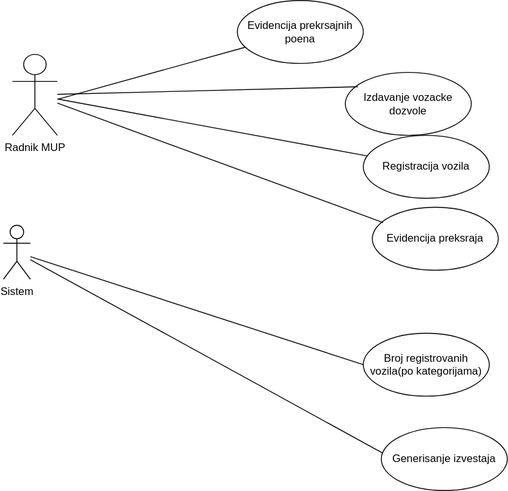
The draw.io diagram Diagrams/MupVozila_UseCaseDiagram.svg in anna02272/EGovernment, before a commit. Source tidied: cells renumbered, new cells last; positions are measured from the earlier drawing's top-left corner, leaving out a move shared by most shapes.
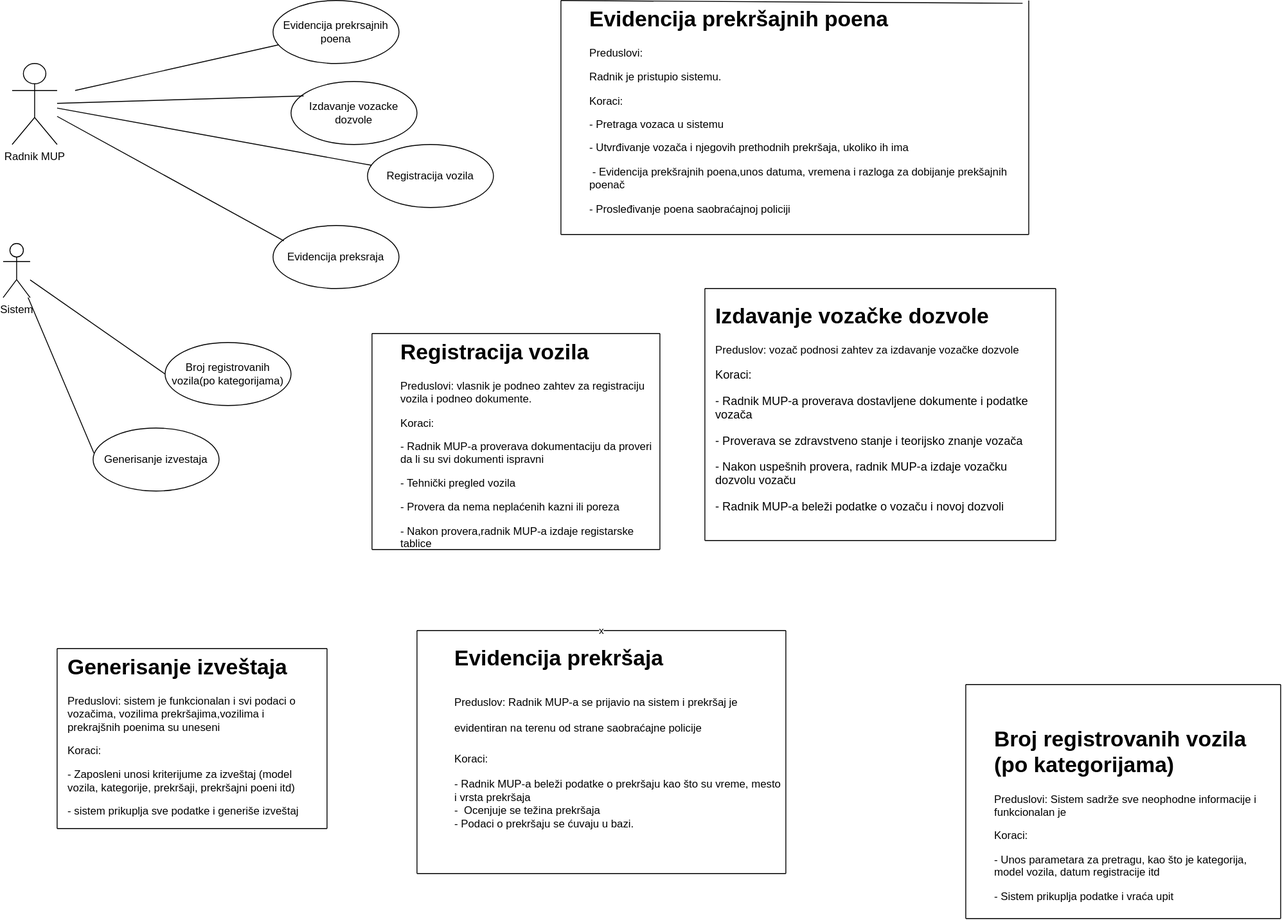
After the commit.

Change to the diagram source:
```diff
@@ -3,42 +3,42 @@
     <mxCell id="0" />
     <mxCell id="1" parent="0" />
     <mxCell id="2" value="Radnik MUP" style="shape=umlActor;verticalLabelPosition=bottom;verticalAlign=top;html=1;outlineConnect=0;" parent="1" vertex="1">
-      <mxGeometry x="10" y="60" width="50" height="90" as="geometry" />
+      <mxGeometry x="-170" y="70" width="50" height="90" as="geometry" />
     </mxCell>
     <mxCell id="3" style="endArrow=none;html=1;rounded=0;" parent="1" edge="1" target="4">
       <mxGeometry relative="1" as="geometry">
-        <mxPoint x="60" y="110" as="sourcePoint" />
+        <mxPoint x="-100" y="100" as="sourcePoint" />
       </mxGeometry>
     </mxCell>
     <mxCell id="4" value="Evidencija prekrsajnih poena" style="ellipse;whiteSpace=wrap;html=1;" parent="1" vertex="1">
-      <mxGeometry x="260" width="140" height="70" as="geometry" />
+      <mxGeometry x="120" width="140" height="70" as="geometry" />
     </mxCell>
     <mxCell id="5" value="Registracija vozila" style="ellipse;whiteSpace=wrap;html=1;" parent="1" vertex="1">
-      <mxGeometry x="400" y="150" width="140" height="70" as="geometry" />
+      <mxGeometry x="225" y="160" width="140" height="70" as="geometry" />
     </mxCell>
     <mxCell id="6" style="endArrow=none;html=1;rounded=0;" parent="1" edge="1" source="2" target="5">
       <mxGeometry relative="1" as="geometry" />
     </mxCell>
     <mxCell id="7" value="Izdavanje vozacke dozvole" style="ellipse;whiteSpace=wrap;html=1;" parent="1" vertex="1">
-      <mxGeometry x="380" y="80" width="140" height="70" as="geometry" />
+      <mxGeometry x="140" y="90" width="140" height="70" as="geometry" />
     </mxCell>
     <mxCell id="8" style="endArrow=none;html=1;rounded=0;entryX=0.1;entryY=0.229;entryDx=0;entryDy=0;entryPerimeter=0;" parent="1" edge="1" source="2" target="7">
       <mxGeometry relative="1" as="geometry" />
     </mxCell>
     <mxCell id="9" value="Evidencija preksraja" style="ellipse;whiteSpace=wrap;html=1;" parent="1" vertex="1">
-      <mxGeometry x="410" y="230" width="140" height="70" as="geometry" />
+      <mxGeometry x="120" y="250" width="140" height="70" as="geometry" />
     </mxCell>
     <mxCell id="10" style="endArrow=none;html=1;rounded=0;exitX=0.086;exitY=0.243;exitDx=0;exitDy=0;exitPerimeter=0;" parent="1" edge="1" source="9" target="2">
       <mxGeometry relative="1" as="geometry" />
     </mxCell>
     <mxCell id="11" value="Sistem" style="shape=umlActor;verticalLabelPosition=bottom;verticalAlign=top;html=1;" parent="1" vertex="1">
-      <mxGeometry y="250" width="30" height="60" as="geometry" />
+      <mxGeometry x="-180" y="270" width="30" height="60" as="geometry" />
     </mxCell>
     <mxCell id="12" value="Broj registrovanih vozila(po kategorijama)" style="ellipse;whiteSpace=wrap;html=1;" parent="1" vertex="1">
-      <mxGeometry x="400" y="370" width="140" height="70" as="geometry" />
+      <mxGeometry y="380" width="140" height="70" as="geometry" />
     </mxCell>
     <mxCell id="13" value="Generisanje izvestaja" style="ellipse;whiteSpace=wrap;html=1;" parent="1" vertex="1">
-      <mxGeometry x="420" y="475" width="140" height="70" as="geometry" />
+      <mxGeometry x="-80" y="475" width="140" height="70" as="geometry" />
     </mxCell>
     <mxCell id="14" style="endArrow=none;html=1;rounded=0;entryX=0.007;entryY=0.4;entryDx=0;entryDy=0;entryPerimeter=0;" parent="1" edge="1" source="11" target="13">
       <mxGeometry relative="1" as="geometry" />
@@ -46,5 +46,159 @@
     <mxCell id="15" style="endArrow=none;html=1;rounded=0;entryX=0;entryY=0.5;entryDx=0;entryDy=0;" parent="1" edge="1" source="11" target="12">
       <mxGeometry relative="1" as="geometry" />
     </mxCell>
+    <mxCell id="16" value="&lt;h1 style=&quot;margin-top: 0px;&quot;&gt;Evidencija prekršajnih poena&amp;nbsp;&lt;/h1&gt;&lt;p&gt;Preduslovi:&lt;/p&gt;&lt;p&gt;Radnik je pristupio sistemu.&lt;/p&gt;&lt;p&gt;Koraci:&lt;/p&gt;&lt;p&gt;- Pretraga vozaca u sistemu&lt;/p&gt;&lt;p&gt;- Utvrđivanje vozača i njegovih prethodnih prekršaja, ukoliko ih ima&lt;/p&gt;&lt;p&gt;&amp;nbsp;- Evidencija prekšrajnih poena,unos datuma, vremena i razloga za dobijanje prekšajnih poenač&lt;/p&gt;&lt;p&gt;- Prosleđivanje poena saobraćajnoj policiji&amp;nbsp;&lt;/p&gt;&lt;p&gt;&lt;br&gt;&lt;/p&gt;" style="text;html=1;whiteSpace=wrap;overflow=hidden;rounded=0;" parent="1" vertex="1">
+      <mxGeometry x="470" width="490" height="260" as="geometry" />
+    </mxCell>
+    <mxCell id="17" style="endArrow=none;html=1;rounded=0;exitX=1;exitY=0;exitDx=0;exitDy=0;entryX=1;entryY=1;entryDx=0;entryDy=0;" parent="1" edge="1" source="16" target="16">
+      <mxGeometry relative="1" as="geometry" />
+    </mxCell>
+    <mxCell id="18" style="endArrow=none;html=1;rounded=0;entryX=1;entryY=1;entryDx=0;entryDy=0;" parent="1" edge="1" target="16">
+      <mxGeometry relative="1" as="geometry">
+        <mxPoint x="440" y="260" as="sourcePoint" />
+      </mxGeometry>
+    </mxCell>
+    <mxCell id="19" style="endArrow=none;html=1;rounded=0;" parent="1" edge="1">
+      <mxGeometry relative="1" as="geometry">
+        <mxPoint x="440" as="sourcePoint" />
+        <mxPoint x="440" y="260" as="targetPoint" />
+      </mxGeometry>
+    </mxCell>
+    <mxCell id="20" style="endArrow=none;html=1;rounded=0;exitX=0.986;exitY=0.012;exitDx=0;exitDy=0;exitPerimeter=0;" parent="1" edge="1" source="16">
+      <mxGeometry relative="1" as="geometry">
+        <mxPoint x="440" as="targetPoint" />
+      </mxGeometry>
+    </mxCell>
+    <mxCell id="21" value="&lt;h1 style=&quot;margin-top: 0px;&quot;&gt;Izdavanje vozačke dozvole&lt;/h1&gt;&lt;p&gt;Preduslov: vozač podnosi zahtev za izdavanje vozačke dozvole&lt;/p&gt;&lt;p style=&quot;font-size: 13px;&quot;&gt;Koraci:&lt;/p&gt;&lt;p style=&quot;font-size: 13px;&quot;&gt;- Radnik MUP-a proverava dostavljene dokumente i podatke vozača&lt;/p&gt;&lt;p style=&quot;font-size: 13px;&quot;&gt;- Proverava se zdravstveno stanje i teorijsko znanje vozača&lt;/p&gt;&lt;p style=&quot;font-size: 13px;&quot;&gt;- Nakon uspešnih provera, radnik MUP-a izdaje vozačku dozvolu vozaču&lt;/p&gt;&lt;p style=&quot;font-size: 13px;&quot;&gt;- Radnik MUP-a beleži podatke o vozaču i novoj dozvoli&lt;/p&gt;" style="text;html=1;whiteSpace=wrap;overflow=hidden;rounded=0;" parent="1" vertex="1">
+      <mxGeometry x="610" y="330" width="370" height="250" as="geometry" />
+    </mxCell>
+    <mxCell id="22" style="endArrow=none;html=1;rounded=0;" parent="1" edge="1">
+      <mxGeometry relative="1" as="geometry">
+        <mxPoint x="990" y="600" as="sourcePoint" />
+        <mxPoint x="990" y="320" as="targetPoint" />
+      </mxGeometry>
+    </mxCell>
+    <mxCell id="23" style="endArrow=none;html=1;rounded=0;" parent="1" edge="1">
+      <mxGeometry relative="1" as="geometry">
+        <mxPoint x="600" y="600" as="sourcePoint" />
+        <mxPoint x="990" y="600" as="targetPoint" />
+      </mxGeometry>
+    </mxCell>
+    <mxCell id="24" style="endArrow=none;html=1;rounded=0;" parent="1" edge="1">
+      <mxGeometry relative="1" as="geometry">
+        <mxPoint x="600" y="600" as="sourcePoint" />
+        <mxPoint x="600" y="320" as="targetPoint" />
+      </mxGeometry>
+    </mxCell>
+    <mxCell id="25" style="endArrow=none;html=1;rounded=0;" parent="1" edge="1">
+      <mxGeometry relative="1" as="geometry">
+        <mxPoint x="600" y="320" as="sourcePoint" />
+        <mxPoint x="990" y="320" as="targetPoint" />
+      </mxGeometry>
+    </mxCell>
+    <mxCell id="26" value="&lt;h1 style=&quot;margin-top: 0px;&quot;&gt;Registracija vozila&lt;/h1&gt;&lt;p&gt;Preduslovi: vlasnik je podneo zahtev za registraciju vozila i podneo dokumente.&lt;/p&gt;&lt;p&gt;Koraci:&lt;/p&gt;&lt;p&gt;- Radnik MUP-a proverava dokumentaciju da proveri da li su svi dokumenti ispravni&lt;/p&gt;&lt;p&gt;- Tehnički pregled vozila&lt;/p&gt;&lt;p&gt;- Provera da nema neplaćenih kazni ili poreza&lt;/p&gt;&lt;p&gt;- Nakon provera,radnik MUP-a izdaje registarske tablice&lt;/p&gt;" style="text;html=1;whiteSpace=wrap;overflow=hidden;rounded=0;" parent="1" vertex="1">
+      <mxGeometry x="260" y="370" width="290" height="240" as="geometry" />
+    </mxCell>
+    <mxCell id="27" style="endArrow=none;html=1;rounded=0;entryX=1;entryY=0;entryDx=0;entryDy=0;" parent="1" edge="1" target="26">
+      <mxGeometry relative="1" as="geometry">
+        <mxPoint x="230" y="370" as="sourcePoint" />
+      </mxGeometry>
+    </mxCell>
+    <mxCell id="28" style="endArrow=none;html=1;rounded=0;entryX=0.997;entryY=0.029;entryDx=0;entryDy=0;entryPerimeter=0;" parent="1" edge="1">
+      <mxGeometry relative="1" as="geometry">
+        <mxPoint x="550" y="610" as="sourcePoint" />
+        <mxPoint x="550" y="370" as="targetPoint" />
+      </mxGeometry>
+    </mxCell>
+    <mxCell id="29" style="endArrow=none;html=1;rounded=0;entryX=1;entryY=1;entryDx=0;entryDy=0;" parent="1" edge="1" target="26">
+      <mxGeometry relative="1" as="geometry">
+        <mxPoint x="230" y="610" as="sourcePoint" />
+      </mxGeometry>
+    </mxCell>
+    <mxCell id="30" style="endArrow=none;html=1;rounded=0;" parent="1" edge="1">
+      <mxGeometry relative="1" as="geometry">
+        <mxPoint x="230" y="610" as="sourcePoint" />
+        <mxPoint x="230" y="370" as="targetPoint" />
+      </mxGeometry>
+    </mxCell>
+    <mxCell id="31" value="&lt;h1 style=&quot;margin-top: 0px;&quot;&gt;&lt;span style=&quot;background-color: initial;&quot;&gt;Evidencija prekršaja&lt;/span&gt;&lt;/h1&gt;&lt;h1 style=&quot;margin-top: 0px;&quot;&gt;&lt;span style=&quot;font-size: 12px; font-weight: 400;&quot;&gt;Preduslov: Radnik MUP-a se prijavio na sistem i prekršaj je evidentiran na terenu od strane saobraćajne policije&lt;/span&gt;&lt;/h1&gt;&lt;div&gt;&lt;span style=&quot;font-size: 12px; font-weight: 400;&quot;&gt;Koraci:&lt;/span&gt;&lt;/div&gt;&lt;div&gt;&lt;span style=&quot;font-size: 12px; font-weight: 400;&quot;&gt;&lt;br&gt;&lt;/span&gt;&lt;/div&gt;&lt;div&gt;- Radnik MUP-a beleži podatke o prekršaju kao što su vreme, mesto i vrsta prekršaja&lt;/div&gt;&lt;div&gt;-&amp;nbsp; Ocenjuje se težina prekršaja&lt;/div&gt;&lt;div&gt;- Podaci o prekršaju se ćuvaju u bazi.&lt;/div&gt;" style="text;html=1;whiteSpace=wrap;overflow=hidden;rounded=0;" parent="1" vertex="1">
+      <mxGeometry x="320" y="710" width="370" height="260" as="geometry" />
+    </mxCell>
+    <mxCell id="32" style="endArrow=none;html=1;rounded=0;" parent="1" edge="1">
+      <mxGeometry relative="1" as="geometry">
+        <mxPoint x="690" y="700" as="sourcePoint" />
+        <mxPoint x="690" y="970" as="targetPoint" />
+      </mxGeometry>
+    </mxCell>
+    <mxCell id="33" style="endArrow=none;html=1;rounded=0;entryX=1;entryY=1;entryDx=0;entryDy=0;" parent="1" edge="1" target="31">
+      <mxGeometry relative="1" as="geometry">
+        <mxPoint x="280" y="970" as="sourcePoint" />
+      </mxGeometry>
+    </mxCell>
+    <mxCell id="34" style="endArrow=none;html=1;rounded=0;" parent="1" edge="1">
+      <mxGeometry relative="1" as="geometry">
+        <mxPoint x="280" y="970" as="sourcePoint" />
+        <mxPoint x="280" y="700" as="targetPoint" />
+      </mxGeometry>
+    </mxCell>
+    <mxCell id="35" value="x" style="endArrow=none;html=1;rounded=0;" parent="1" edge="1">
+      <mxGeometry relative="1" as="geometry">
+        <mxPoint x="280" y="700" as="sourcePoint" />
+        <mxPoint x="690" y="700" as="targetPoint" />
+      </mxGeometry>
+    </mxCell>
+    <mxCell id="36" value="&lt;h1 style=&quot;margin-top: 0px;&quot;&gt;Generisanje izveštaja&lt;/h1&gt;&lt;p&gt;Preduslovi: sistem je funkcionalan i svi podaci o vozačima, vozilima prekršajima,vozilima i prekrajšnih poenima su uneseni&lt;/p&gt;&lt;p&gt;Koraci:&lt;/p&gt;&lt;p&gt;- Zaposleni unosi kriterijume za izveštaj (model vozila, kategorije, prekršaji, prekršajni poeni itd)&lt;/p&gt;&lt;p&gt;- sistem prikuplja sve podatke i generiše izveštaj&lt;/p&gt;" style="text;html=1;whiteSpace=wrap;overflow=hidden;rounded=0;" parent="1" vertex="1">
+      <mxGeometry x="-110" y="720" width="280" height="210" as="geometry" />
+    </mxCell>
+    <mxCell id="37" style="endArrow=none;html=1;rounded=0;" parent="1" edge="1">
+      <mxGeometry relative="1" as="geometry">
+        <mxPoint x="-120" y="920" as="sourcePoint" />
+        <mxPoint x="-120" y="720" as="targetPoint" />
+      </mxGeometry>
+    </mxCell>
+    <mxCell id="38" style="endArrow=none;html=1;rounded=0;" parent="1" edge="1">
+      <mxGeometry relative="1" as="geometry">
+        <mxPoint x="-120" y="920" as="sourcePoint" />
+        <mxPoint x="180" y="920" as="targetPoint" />
+      </mxGeometry>
+    </mxCell>
+    <mxCell id="39" style="endArrow=none;html=1;rounded=0;" parent="1" edge="1">
+      <mxGeometry relative="1" as="geometry">
+        <mxPoint x="180" y="920" as="sourcePoint" />
+        <mxPoint x="180" y="720" as="targetPoint" />
+      </mxGeometry>
+    </mxCell>
+    <mxCell id="40" style="endArrow=none;html=1;rounded=0;" parent="1" edge="1">
+      <mxGeometry relative="1" as="geometry">
+        <mxPoint x="-120" y="720" as="sourcePoint" />
+        <mxPoint x="180" y="720" as="targetPoint" />
+      </mxGeometry>
+    </mxCell>
+    <mxCell id="41" value="&lt;h1 style=&quot;margin-top: 0px;&quot;&gt;Broj registrovanih vozila (po kategorijama)&lt;/h1&gt;&lt;p&gt;Preduslovi: Sistem sadrže sve neophodne informacije i funkcionalan je&lt;/p&gt;&lt;p&gt;Koraci:&lt;/p&gt;&lt;p&gt;- Unos parametara za pretragu, kao što je kategorija, model vozila, datum registracije itd&lt;/p&gt;&lt;p&gt;- Sistem prikuplja podatke i vraća upit&lt;/p&gt;" style="text;html=1;whiteSpace=wrap;overflow=hidden;rounded=0;" parent="1" vertex="1">
+      <mxGeometry x="920" y="800" width="310" height="210" as="geometry" />
+    </mxCell>
+    <mxCell id="42" style="endArrow=none;html=1;rounded=0;" parent="1" edge="1">
+      <mxGeometry relative="1" as="geometry">
+        <mxPoint x="890" y="760" as="sourcePoint" />
+        <mxPoint x="1240" y="760" as="targetPoint" />
+      </mxGeometry>
+    </mxCell>
+    <mxCell id="43" style="endArrow=none;html=1;rounded=0;" parent="1" edge="1">
+      <mxGeometry relative="1" as="geometry">
+        <mxPoint x="890" y="1020" as="sourcePoint" />
+        <mxPoint x="890" y="760" as="targetPoint" />
+      </mxGeometry>
+    </mxCell>
+    <mxCell id="44" style="endArrow=none;html=1;rounded=0;" parent="1" edge="1">
+      <mxGeometry relative="1" as="geometry">
+        <mxPoint x="890" y="1020" as="sourcePoint" />
+        <mxPoint x="1240" y="1020" as="targetPoint" />
+      </mxGeometry>
+    </mxCell>
+    <mxCell id="45" style="endArrow=none;html=1;rounded=0;" parent="1" edge="1">
+      <mxGeometry relative="1" as="geometry">
+        <mxPoint x="1240" y="760" as="sourcePoint" />
+        <mxPoint x="1240" y="1020" as="targetPoint" />
+      </mxGeometry>
+    </mxCell>
   </root>
 </mxGraphModel>
```
